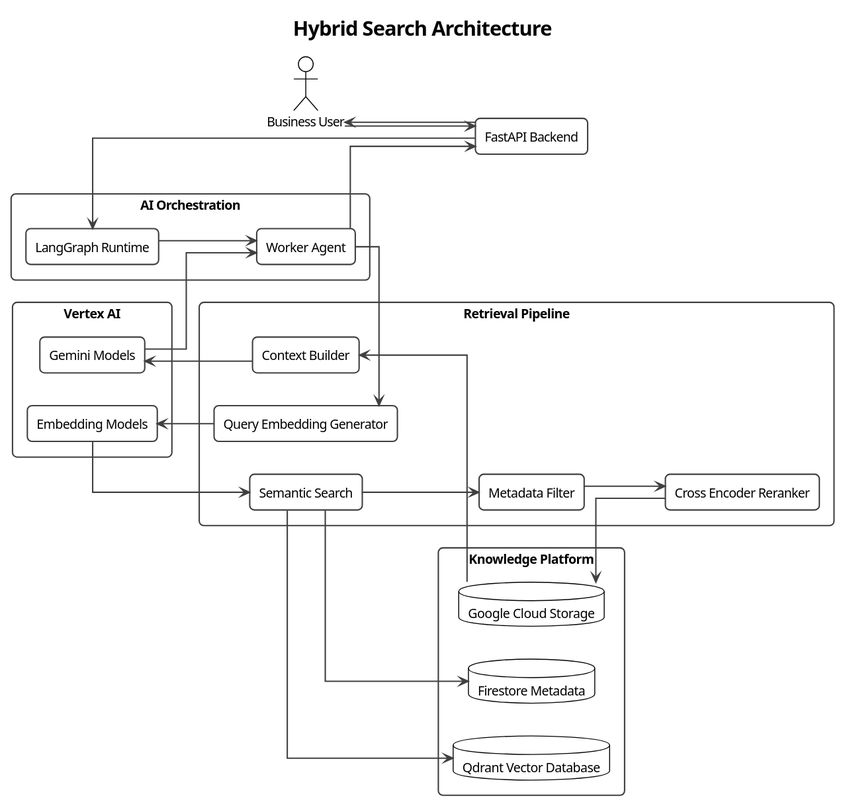
Before: docs/diagrams/ai/06-hybrid-search-architecture.svg, a diagram exported from PlantUML (pjagdaley/enterprise-ai-orchestration-platform). The source it was exported from:
```plantuml
@startuml
title Enterprise AI Orchestration Platform
title Hybrid Search Architecture

!theme plain

left to right direction

skinparam backgroundColor white
skinparam shadowing false
skinparam linetype ortho
skinparam packageStyle rectangle

skinparam defaultFontName Segoe UI
skinparam defaultFontSize 14

skinparam RectangleBorderColor #404040
skinparam RectangleBorderThickness 1.5
skinparam RectangleRoundCorner 10

skinparam PackageBorderColor #404040
skinparam PackageBorderThickness 2

skinparam ArrowThickness 1.5
skinparam ArrowColor #404040

actor "Business User" as User

rectangle "FastAPI Backend" as API

package "AI Orchestration" {

    rectangle "LangGraph Runtime" as LangGraph

    rectangle "Worker Agent" as Worker

}

package "Retrieval Pipeline" {

    rectangle "Query Embedding Generator" as QueryEmbedding

    rectangle "Semantic Search" as SemanticSearch

    rectangle "Metadata Filter" as MetadataFilter

    rectangle "Cross Encoder Reranker" as Reranker

    rectangle "Context Builder" as ContextBuilder

}

package "Knowledge Platform" {

    database "Qdrant Vector Database" as Qdrant

    database "Firestore Metadata" as Firestore

    database "Google Cloud Storage" as GCS

}

package "Vertex AI" {

    rectangle "Embedding Models" as Embeddings

    rectangle "Gemini Models" as Gemini

}

User --> API

API --> LangGraph

LangGraph --> Worker

Worker --> QueryEmbedding

QueryEmbedding --> Embeddings

Embeddings --> SemanticSearch

SemanticSearch --> Qdrant

SemanticSearch --> Firestore

SemanticSearch --> MetadataFilter

MetadataFilter --> Reranker

Reranker --> GCS

GCS --> ContextBuilder

ContextBuilder --> Gemini

Gemini --> Worker

Worker --> API

API --> User
@enduml
```
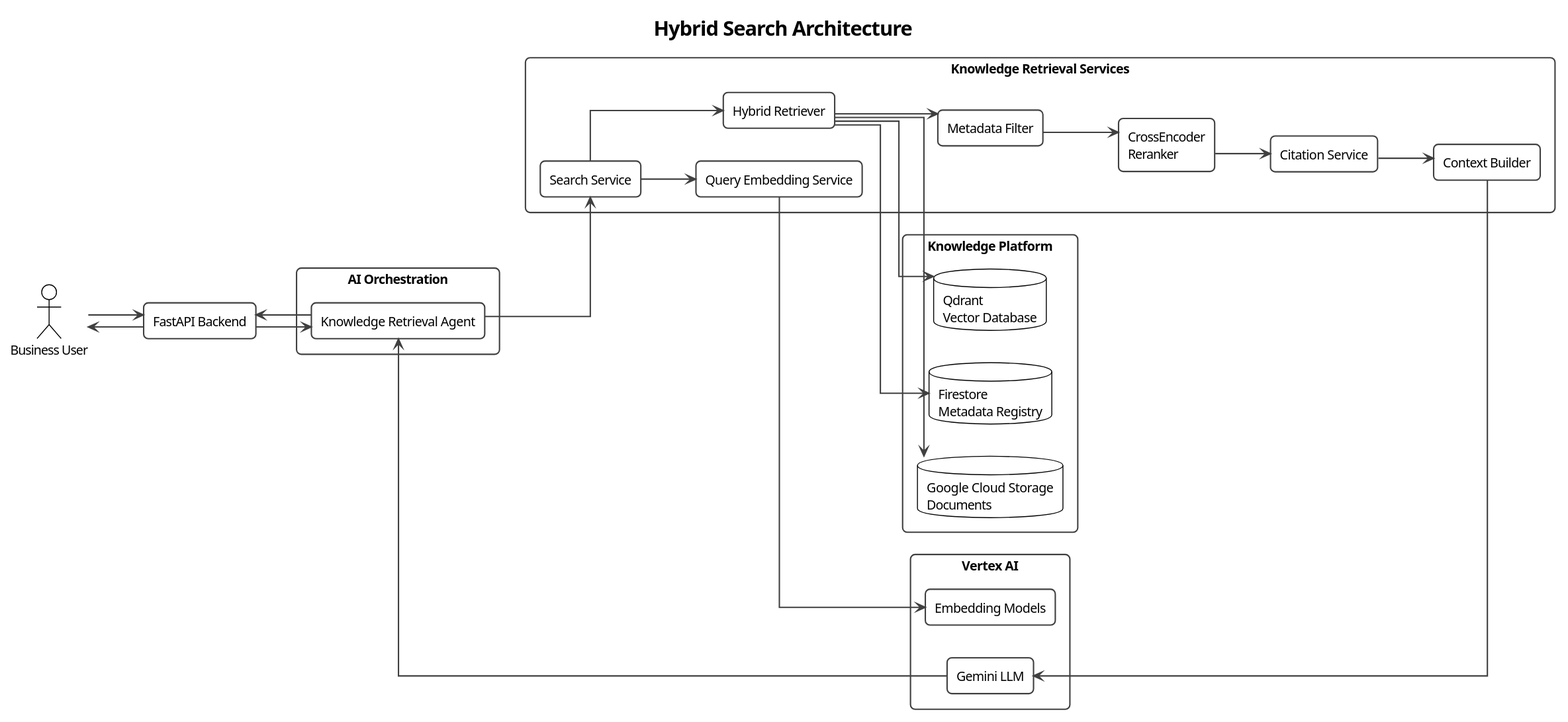
The same diagram one commit later.

Change to the diagram source:
```diff
@@ -30,21 +30,23 @@
 
 package "AI Orchestration" {
 
-    rectangle "LangGraph Runtime" as LangGraph
-
-    rectangle "Worker Agent" as Worker
+    rectangle "Knowledge Retrieval Agent" as Agent
 
 }
 
-package "Retrieval Pipeline" {
+package "Knowledge Retrieval Services" {
 
-    rectangle "Query Embedding Generator" as QueryEmbedding
+    rectangle "Search Service" as Search
 
-    rectangle "Semantic Search" as SemanticSearch
+    rectangle "Query Embedding Service" as QueryEmbedding
+
+    rectangle "Hybrid Retriever" as Hybrid
 
     rectangle "Metadata Filter" as MetadataFilter
 
-    rectangle "Cross Encoder Reranker" as Reranker
+    rectangle "CrossEncoder\nReranker" as Reranker
+
+    rectangle "Citation Service" as Citation
 
     rectangle "Context Builder" as ContextBuilder
 
@@ -52,11 +54,11 @@
 
 package "Knowledge Platform" {
 
-    database "Qdrant Vector Database" as Qdrant
+    database "Qdrant\nVector Database" as Qdrant
 
-    database "Firestore Metadata" as Firestore
+    database "Firestore\nMetadata Registry" as Firestore
 
-    database "Google Cloud Storage" as GCS
+    database "Google Cloud Storage\nDocuments" as GCS
 
 }
 
@@ -64,39 +66,41 @@
 
     rectangle "Embedding Models" as Embeddings
 
-    rectangle "Gemini Models" as Gemini
+    rectangle "Gemini LLM" as Gemini
 
 }
 
 User --> API
 
-API --> LangGraph
+API --> Agent
 
-LangGraph --> Worker
+Agent --> Search
 
-Worker --> QueryEmbedding
+Search --> QueryEmbedding
 
 QueryEmbedding --> Embeddings
 
-Embeddings --> SemanticSearch
+Search --> Hybrid
 
-SemanticSearch --> Qdrant
+Hybrid --> Qdrant
 
-SemanticSearch --> Firestore
+Hybrid --> Firestore
 
-SemanticSearch --> MetadataFilter
+Hybrid --> GCS
+
+Hybrid --> MetadataFilter
 
 MetadataFilter --> Reranker
 
-Reranker --> GCS
+Reranker --> Citation
 
-GCS --> ContextBuilder
+Citation --> ContextBuilder
 
 ContextBuilder --> Gemini
 
-Gemini --> Worker
+Gemini --> Agent
 
-Worker --> API
+Agent --> API
 
 API --> User
 @enduml
```
